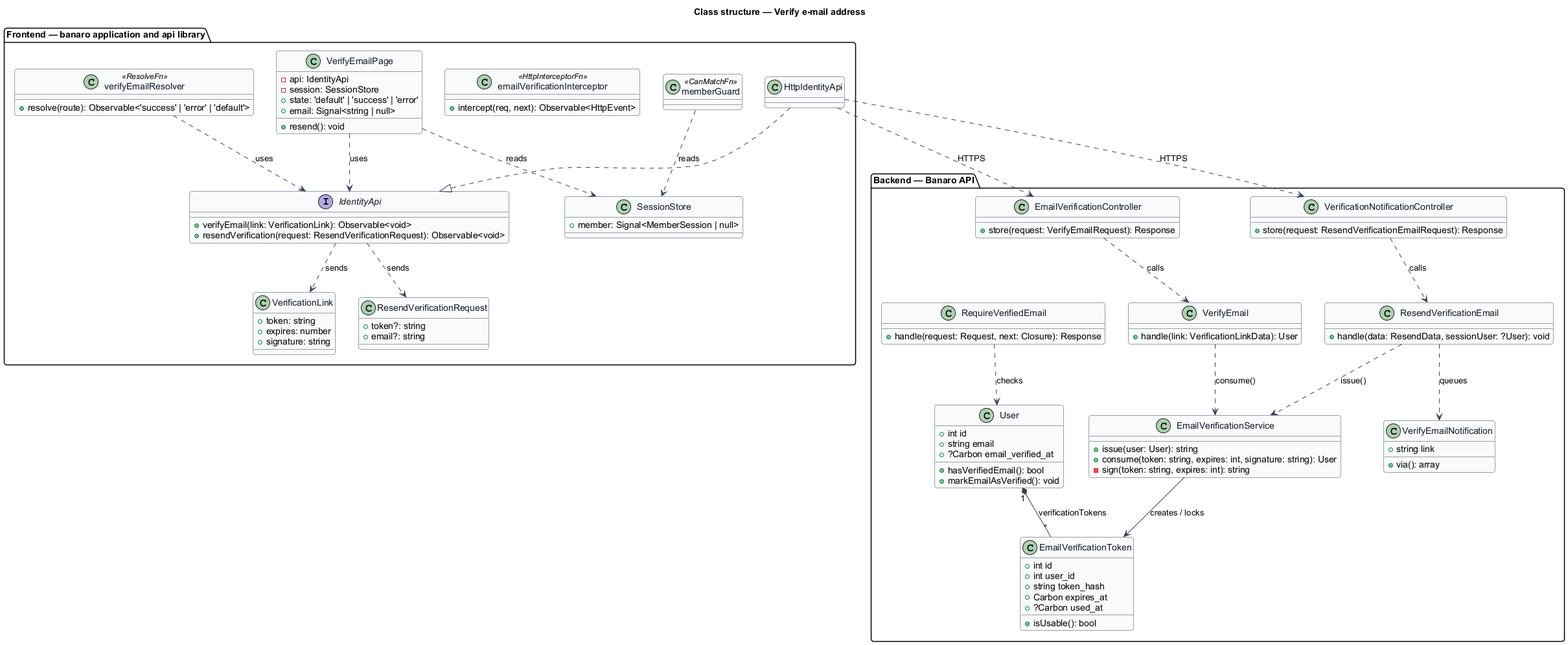
This is docs/detailed-designs/identity/verify-email/diagrams/class-structure.png from QuinntyneBrown/banaro, a PlantUML export, as it was before one commit.
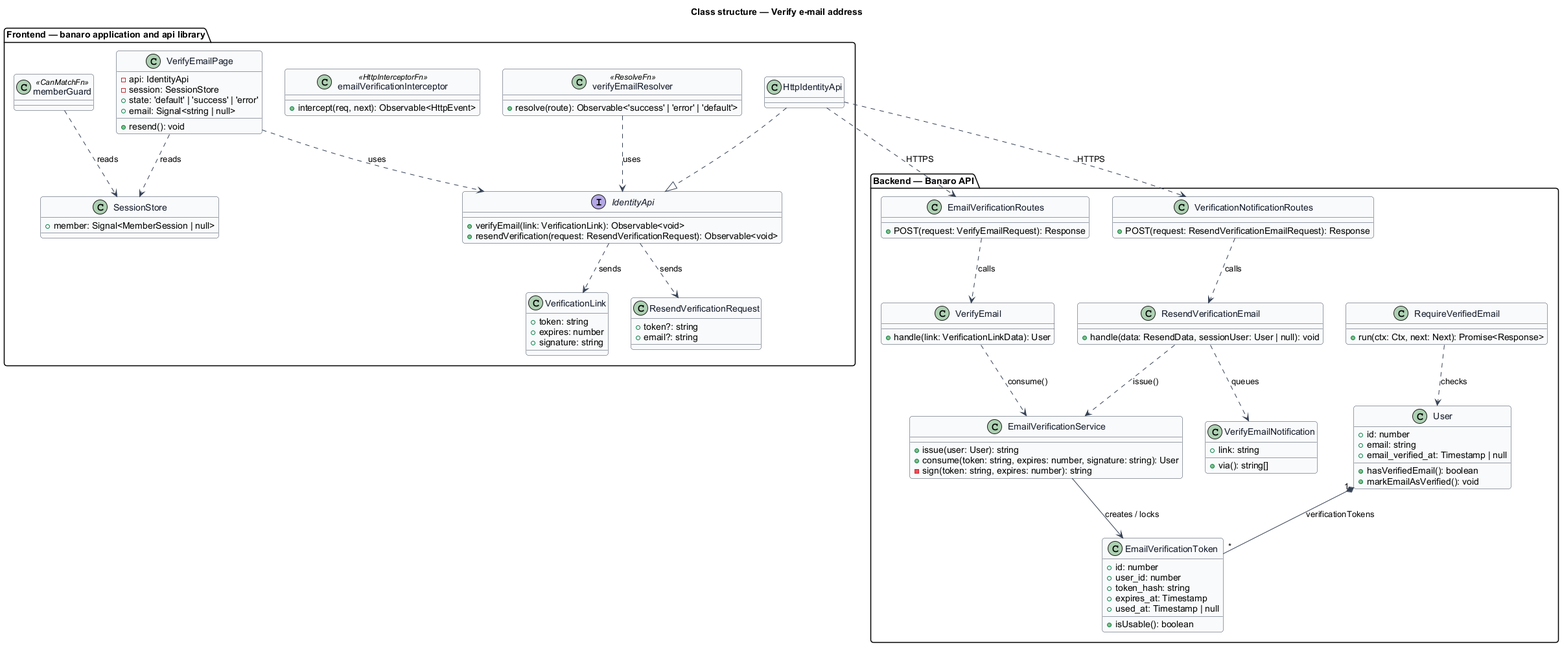
Later version of the same file.

Change to the diagram source:
```diff
@@ -46,44 +46,44 @@
 }
 
 package "Backend — Banaro API" {
-  class EmailVerificationController {
-    +store(request: VerifyEmailRequest): Response
+  class EmailVerificationRoutes {
+    +POST(request: VerifyEmailRequest): Response
   }
-  class VerificationNotificationController {
-    +store(request: ResendVerificationEmailRequest): Response
+  class VerificationNotificationRoutes {
+    +POST(request: ResendVerificationEmailRequest): Response
   }
   class VerifyEmail {
     +handle(link: VerificationLinkData): User
   }
   class ResendVerificationEmail {
-    +handle(data: ResendData, sessionUser: ?User): void
+    +handle(data: ResendData, sessionUser: User | null): void
   }
   class EmailVerificationService {
     +issue(user: User): string
-    +consume(token: string, expires: int, signature: string): User
-    -sign(token: string, expires: int): string
+    +consume(token: string, expires: number, signature: string): User
+    -sign(token: string, expires: number): string
   }
   class RequireVerifiedEmail {
-    +handle(request: Request, next: Closure): Response
+    +run(ctx: Ctx, next: Next): Promise<Response>
   }
   class User {
-    +int id
-    +string email
-    +?Carbon email_verified_at
-    +hasVerifiedEmail(): bool
+    +id: number
+    +email: string
+    +email_verified_at: Timestamp | null
+    +hasVerifiedEmail(): boolean
     +markEmailAsVerified(): void
   }
   class EmailVerificationToken {
-    +int id
-    +int user_id
-    +string token_hash
-    +Carbon expires_at
-    +?Carbon used_at
-    +isUsable(): bool
+    +id: number
+    +user_id: number
+    +token_hash: string
+    +expires_at: Timestamp
+    +used_at: Timestamp | null
+    +isUsable(): boolean
   }
   class VerifyEmailNotification {
-    +string link
-    +via(): array
+    +link: string
+    +via(): string[]
   }
 }
 
@@ -94,11 +94,11 @@
 HttpIdentityApi ..|> IdentityApi
 IdentityApi ..> VerificationLink : sends
 IdentityApi ..> ResendVerificationRequest : sends
-HttpIdentityApi ..> EmailVerificationController : HTTPS
-HttpIdentityApi ..> VerificationNotificationController : HTTPS
+HttpIdentityApi ..> EmailVerificationRoutes : HTTPS
+HttpIdentityApi ..> VerificationNotificationRoutes : HTTPS
 
-EmailVerificationController ..> VerifyEmail : calls
-VerificationNotificationController ..> ResendVerificationEmail : calls
+EmailVerificationRoutes ..> VerifyEmail : calls
+VerificationNotificationRoutes ..> ResendVerificationEmail : calls
 VerifyEmail ..> EmailVerificationService : consume()
 ResendVerificationEmail ..> EmailVerificationService : issue()
 ResendVerificationEmail ..> VerifyEmailNotification : queues
```
